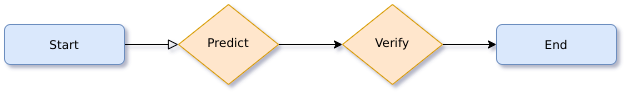
This is .gitbook/assets/simple-workflow.png from LucidtechAI/las-docs, a draw.io export, as it was before one commit. Source tidied: cells renumbered, new cells last; positions are measured from the earlier drawing's top-left corner, leaving out a move shared by most shapes.
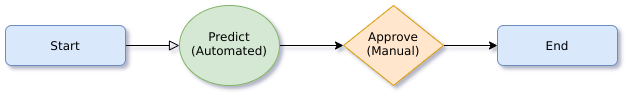
Later version of the same file.

Commit message:
enhance workflow documentation (#71)

The edit, as a diff of the source:
```diff
@@ -11,13 +11,13 @@
     <mxCell id="4" style="edgeStyle=orthogonalEdgeStyle;rounded=0;jettySize=auto;html=1;" parent="1" edge="1" source="5" target="7">
       <mxGeometry relative="1" as="geometry" />
     </mxCell>
-    <mxCell id="5" value="Predict" style="rhombus;whiteSpace=wrap;html=1;shadow=0;fontFamily=Helvetica;fontSize=12;align=center;strokeWidth=1;spacing=6;spacingTop=-4;fillColor=#ffe6cc;strokeColor=#d79b00;" parent="1" vertex="1">
+    <mxCell id="5" value="Predict (Automated)" style="ellipse;whiteSpace=wrap;html=1;shadow=0;fontFamily=Helvetica;fontSize=12;align=center;strokeWidth=1;spacing=6;spacingTop=-4;fillColor=#d5e8d4;strokeColor=#82b366;direction=west;" parent="1" vertex="1">
       <mxGeometry x="174" width="100" height="80" as="geometry" />
     </mxCell>
     <mxCell id="6" style="edgeStyle=orthogonalEdgeStyle;rounded=0;jettySize=auto;html=1;" parent="1" edge="1" source="7" target="8">
       <mxGeometry relative="1" as="geometry" />
     </mxCell>
-    <mxCell id="7" value="Verify" style="rhombus;whiteSpace=wrap;html=1;shadow=0;fontFamily=Helvetica;fontSize=12;align=center;strokeWidth=1;spacing=6;spacingTop=-4;fillColor=#ffe6cc;strokeColor=#d79b00;" parent="1" vertex="1">
+    <mxCell id="7" value="Approve (Manual)" style="rhombus;whiteSpace=wrap;html=1;shadow=0;fontFamily=Helvetica;fontSize=12;align=center;strokeWidth=1;spacing=6;spacingTop=-4;fillColor=#ffe6cc;strokeColor=#d79b00;" parent="1" vertex="1">
       <mxGeometry x="338" width="100" height="80" as="geometry" />
     </mxCell>
     <mxCell id="8" value="End" style="rounded=1;whiteSpace=wrap;html=1;fontSize=12;glass=0;strokeWidth=1;shadow=0;fillColor=#dae8fc;strokeColor=#6c8ebf;" parent="1" vertex="1">
```
